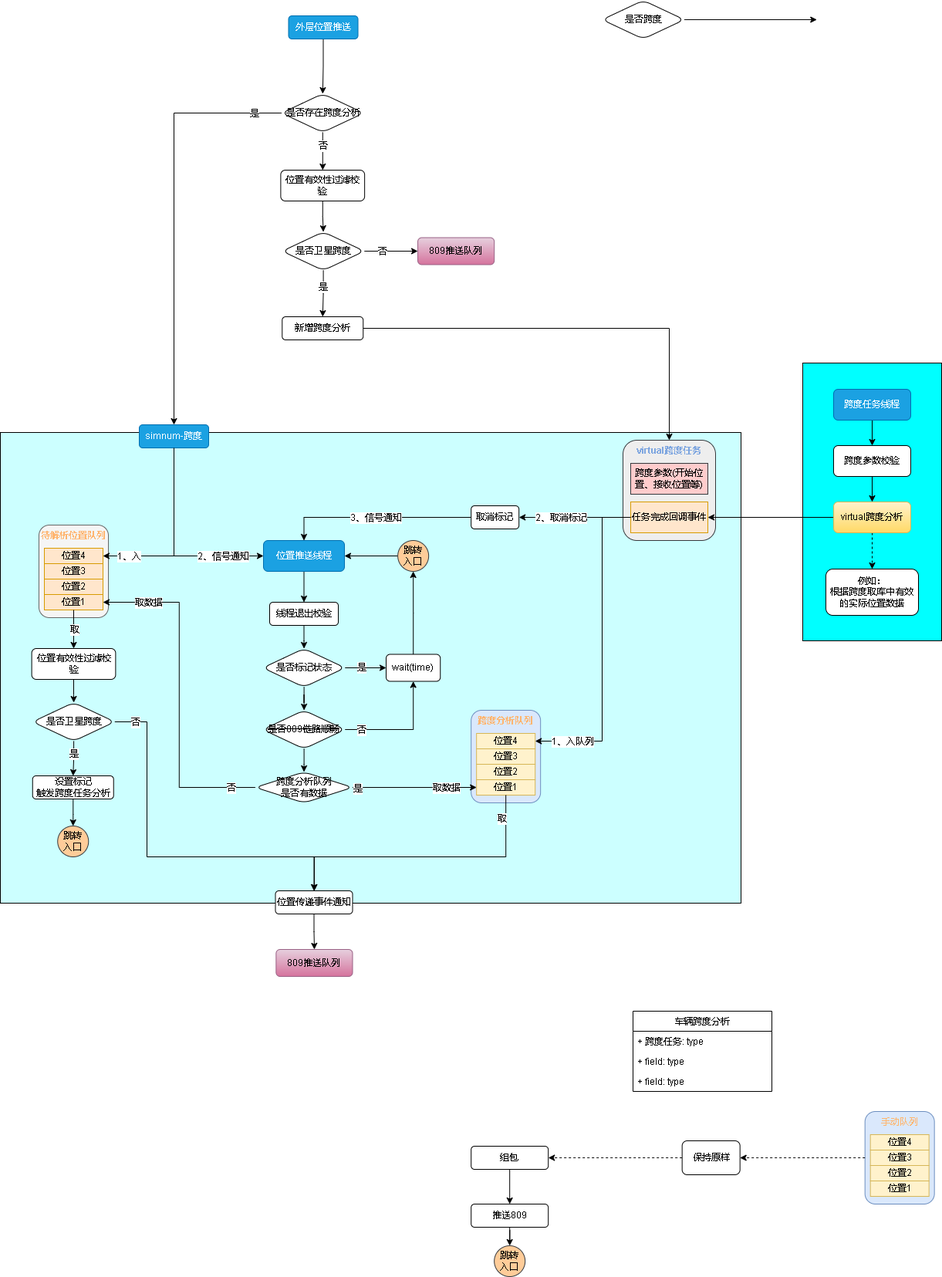
The draw.io diagram 809数据跨度.drawio.png in xktder/draw, before a commit. Source tidied: cells renumbered, new cells last; positions are measured from the earlier drawing's top-left corner, leaving out a move shared by most shapes.
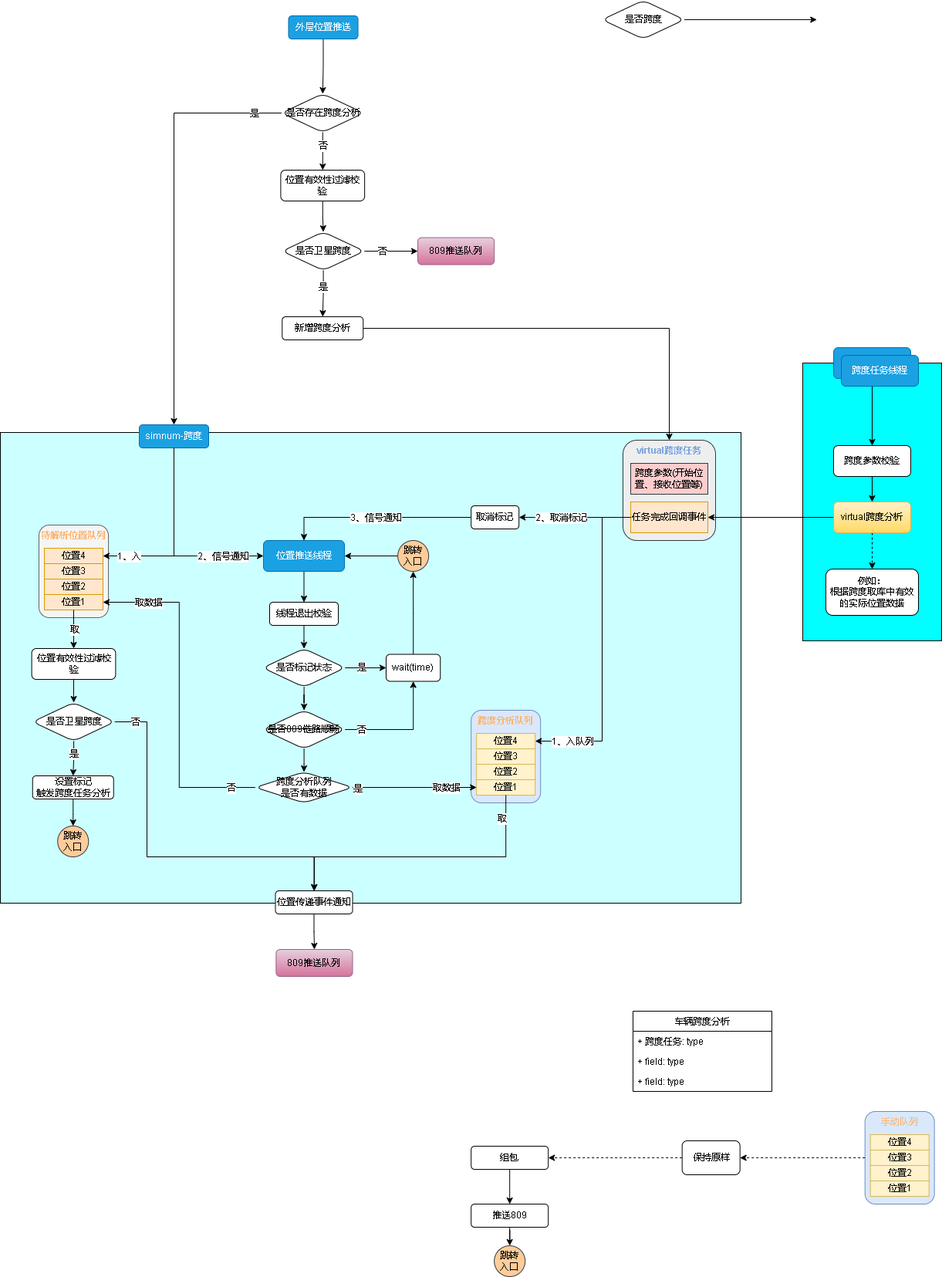
The same file after the commit.

Commit message:
更新809数据跨度.drawio.png

Diff of the diagram source:
```diff
@@ -293,7 +293,7 @@
       <mxGeometry relative="1" as="geometry" />
     </mxCell>
     <mxCell id="83" value="跨度任务线程" style="rounded=1;whiteSpace=wrap;html=1;fontColor=#ffffff;fillColor=#1ba1e2;strokeColor=#006EAF;" parent="1" vertex="1">
-      <mxGeometry x="1080" y="504" width="100" height="40" as="geometry" />
+      <mxGeometry x="1080" y="450" width="100" height="40" as="geometry" />
     </mxCell>
     <mxCell id="84" style="edgeStyle=orthogonalEdgeStyle;rounded=0;jettySize=auto;html=1;fontColor=#000000;" parent="1" edge="1" source="85" target="88">
       <mxGeometry relative="1" as="geometry" />
@@ -400,5 +400,8 @@
     <mxCell id="116" value="809推送队列" style="whiteSpace=wrap;html=1;rounded=1;fillColor=#e6d0de;gradientColor=#d5739d;strokeColor=#996185;" parent="1" vertex="1">
       <mxGeometry x="357.4" y="1230" width="99.1" height="35" as="geometry" />
     </mxCell>
+    <mxCell id="117" value="跨度任务线程" style="rounded=1;whiteSpace=wrap;html=1;fontColor=#ffffff;fillColor=#1ba1e2;strokeColor=#006EAF;" parent="1" vertex="1">
+      <mxGeometry x="1090" y="460" width="100" height="40" as="geometry" />
+    </mxCell>
   </root>
 </mxGraphModel>
```
